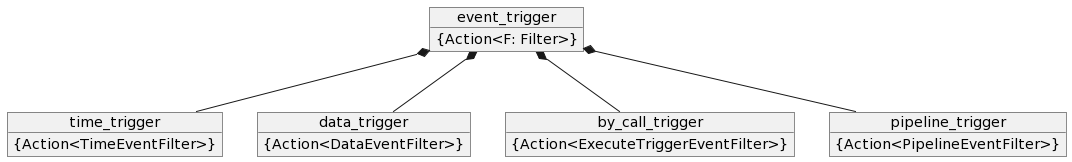
Earlier version of the PlantUML export src/img/triggers.png (hyperledger/iroha-2-docs). Its diagram source:
```plantuml
@startuml
object event_trigger {
  {Action<F: Filter>}
}

object time_trigger {
  {Action<TimeEventFilter>}
}
object data_trigger {
  {Action<DataEventFilter>}
}
object by_call_trigger {
  {Action<ExecuteTriggerEventFilter>}
}
object pipeline_trigger {
  {Action<PipelineEventFilter>}
}

event_trigger *-- time_trigger
event_trigger *-- by_call_trigger
event_trigger *-- data_trigger
event_trigger *-- pipeline_trigger
@enduml
```
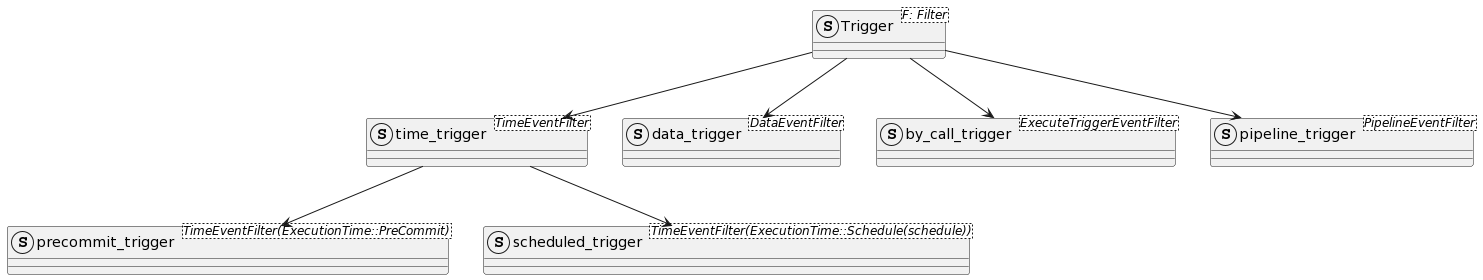
After the commit.

What changed in the source:
```diff
@@ -1,23 +1,22 @@
 @startuml
-object event_trigger {
-  {Action<F: Filter>}
+struct Trigger<F: Filter> {
 }
 
-object time_trigger {
-  {Action<TimeEventFilter>}
-}
-object data_trigger {
-  {Action<DataEventFilter>}
-}
-object by_call_trigger {
-  {Action<ExecuteTriggerEventFilter>}
-}
-object pipeline_trigger {
-  {Action<PipelineEventFilter>}
-}
+struct time_trigger<TimeEventFilter>
+struct data_trigger<DataEventFilter>
+struct by_call_trigger<ExecuteTriggerEventFilter>
+struct pipeline_trigger<PipelineEventFilter>
 
-event_trigger *-- time_trigger
-event_trigger *-- by_call_trigger
-event_trigger *-- data_trigger
-event_trigger *-- pipeline_trigger
+struct precommit_trigger<TimeEventFilter(ExecutionTime::PreCommit)>
+
+struct scheduled_trigger<TimeEventFilter(ExecutionTime::Schedule(schedule))>
+
+
+Trigger --> time_trigger
+Trigger --> by_call_trigger
+Trigger --> data_trigger
+Trigger --> pipeline_trigger
+
+time_trigger --> precommit_trigger
+time_trigger --> scheduled_trigger
 @enduml
```
